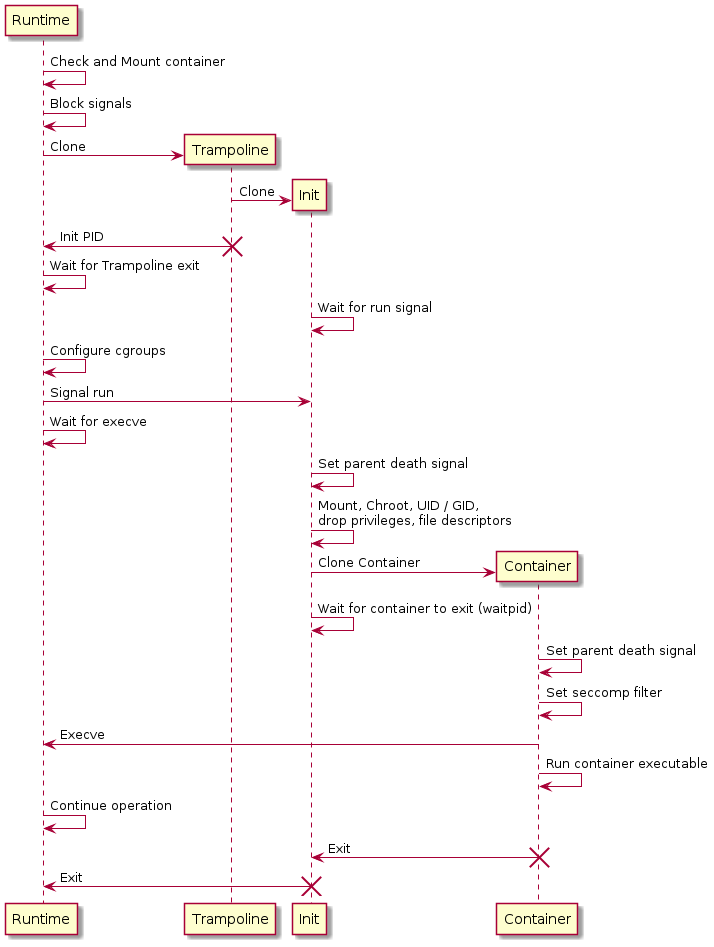
Earlier version of the PlantUML export doc/diagrams/container_startup.png (esrlabs/northstar).
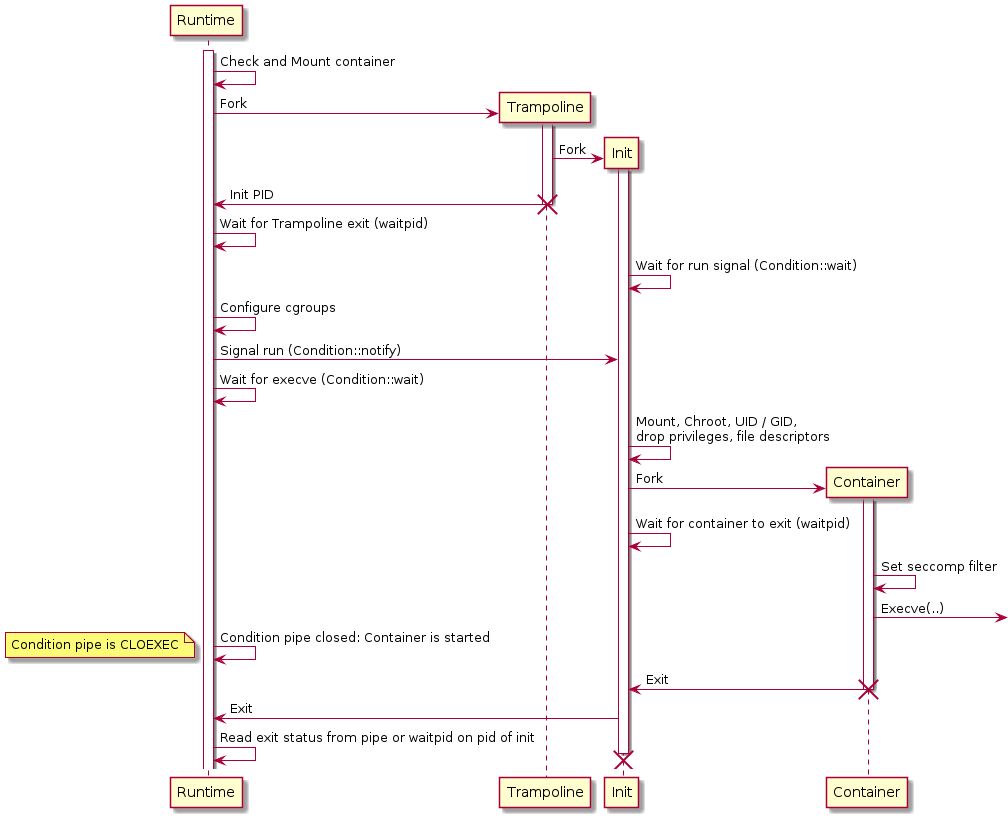
The same file after the commit.

Change to the diagram source:
```diff
@@ -1,31 +1,33 @@
 @startuml container_startup
 
+activate Runtime
 Runtime -> Runtime: Check and Mount container
-Runtime -> Runtime: Block signals
 create Trampoline
-Runtime -> Trampoline: Clone
+Runtime -> Trampoline: Fork
+activate Trampoline
 create Init
-Trampoline-> Init: Clone
-Trampoline-> Runtime: Init PID
+Trampoline -> Init: Fork
+activate Init
+Trampoline -> Runtime: Init PID
 destroy Trampoline
-Runtime -> Runtime: Wait for Trampoline exit
-Init -> Init: Wait for run signal
+Runtime -> Runtime: Wait for Trampoline exit (waitpid)
+Init -> Init: Wait for run signal (Condition::wait)
 Runtime -> Runtime: Configure cgroups
-Runtime -> Init: Signal run
-Runtime -> Runtime: Wait for execve
-Init -> Init: Set parent death signal
+Runtime -> Init: Signal run (Condition::notify)
+Runtime -> Runtime: Wait for execve (Condition::wait)
 Init -> Init: Mount, Chroot, UID / GID,\ndrop privileges, file descriptors
 create Container
-Init -> Container: Clone Container
+Init -> Container: Fork
+activate Container
 Init -> Init: Wait for container to exit (waitpid)
-Container -> Container: Set parent death signal
 Container -> Container: Set seccomp filter
-Container -> Runtime: Execve
-Container -> Container: Run container executable
-Runtime -> Runtime: Continue operation
+Container -> : Execve(..)
+Runtime -> Runtime: Condition pipe closed: Container is started
+note left: Condition pipe is CLOEXEC
 Container -> Init: Exit
 destroy Container
 Init -> Runtime: Exit
+Runtime -> Runtime: Read exit status from pipe or waitpid on pid of init
 destroy Init
 
 @enduml
```
